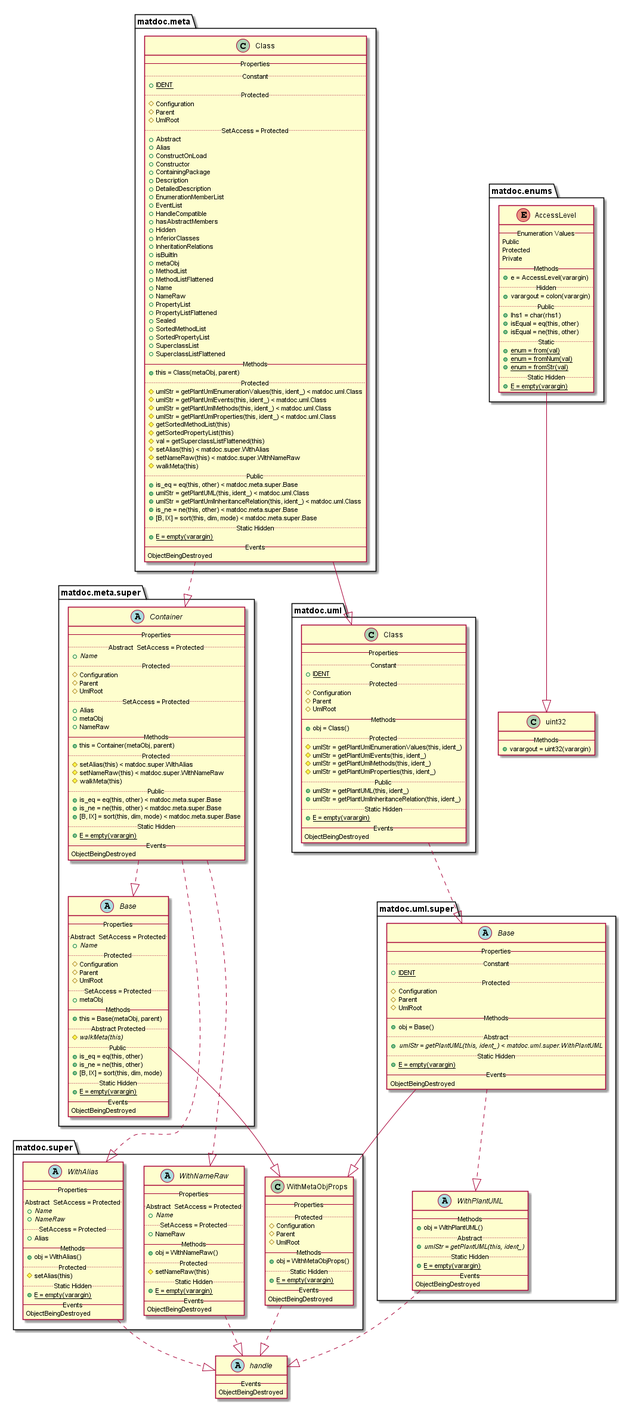
Earlier version of the PlantUML export doc/uml-examples/export-class-PropertyInheritanceHint-false.png (flxdot/matdoc).
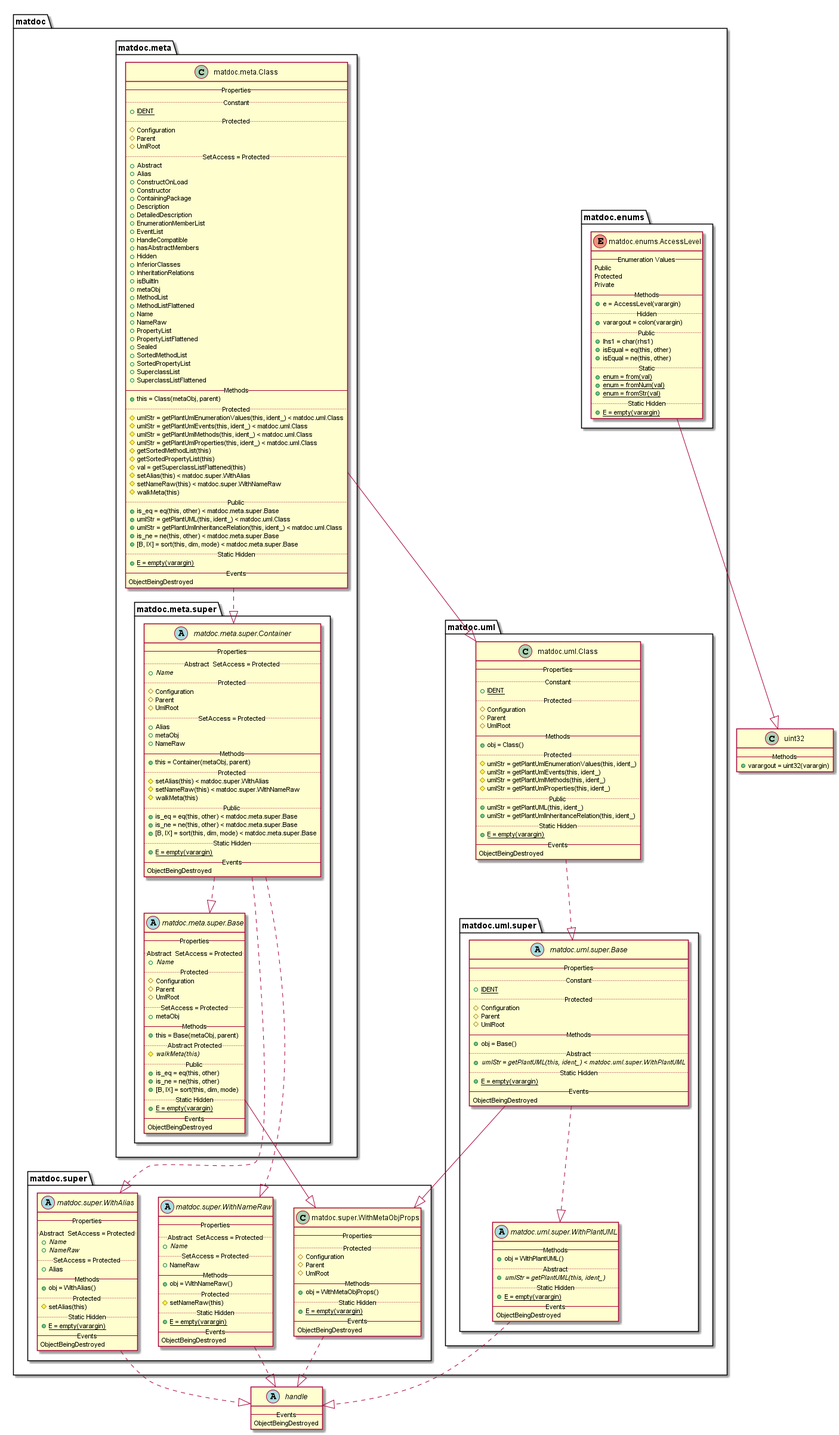
Later version of the same file.

What changed in the source:
```diff
@@ -1,240 +1,8 @@
 @startuml
 
+set namespaceSeparator none
+
 abstract class handle {
-   -- Events --
-   ObjectBeingDestroyed
-}
-
-enum matdoc.enums.AccessLevel {
-   -- Enumeration Values --
-   Public
-   Protected
-   Private
-   -- Methods --
-   {method} + e = AccessLevel(varargin)
-   .. Hidden ..
-   {method} + varargout = colon(varargin)
-   .. Public ..
-   {method} + lhs1 = char(rhs1)
-   {method} + isEqual = eq(this, other)
-   {method} + isEqual = ne(this, other)
-   .. Static ..
-   {method} {static} + enum = from(val)
-   {method} {static} + enum = fromNum(val)
-   {method} {static} + enum = fromStr(val)
-   .. Static Hidden ..
-   {method} {static} + E = empty(varargin)
-}
-
-class matdoc.meta.Class {
-   -- Properties --
-   .. Constant ..
-   {field} {static} + IDENT
-   .. Protected ..
-   {field} # Configuration
-   {field} # Parent
-   {field} # UmlRoot
-   .. SetAccess = Protected ..
-   {field} + Abstract
-   {field} + Alias
-   {field} + ConstructOnLoad
-   {field} + Constructor
-   {field} + ContainingPackage
-   {field} + Description
-   {field} + DetailedDescription
-   {field} + EnumerationMemberList
-   {field} + EventList
-   {field} + HandleCompatible
-   {field} + hasAbstractMembers
-   {field} + Hidden
-   {field} + InferiorClasses
-   {field} + InheritationRelations
-   {field} + isBuiltIn
-   {field} + metaObj
-   {field} + MethodList
-   {field} + MethodListFlattened
-   {field} + Name
-   {field} + NameRaw
-   {field} + PropertyList
-   {field} + PropertyListFlattened
-   {field} + Sealed
-   {field} + SortedMethodList
-   {field} + SortedPropertyList
-   {field} + SuperclassList
-   {field} + SuperclassListFlattened
-   -- Methods --
-   {method} + this = Class(metaObj, parent)
-   .. Protected ..
-   {method} # umlStr = getPlantUmlEnumerationValues(this, ident_) < matdoc.uml.Class
-   {method} # umlStr = getPlantUmlEvents(this, ident_) < matdoc.uml.Class
-   {method} # umlStr = getPlantUmlMethods(this, ident_) < matdoc.uml.Class
-   {method} # umlStr = getPlantUmlProperties(this, ident_) < matdoc.uml.Class
-   {method} # getSortedMethodList(this)
-   {method} # getSortedPropertyList(this)
-   {method} # val = getSuperclassListFlattened(this)
-   {method} # setAlias(this) < matdoc.super.WithAlias
-   {method} # setNameRaw(this) < matdoc.super.WithNameRaw
-   {method} # walkMeta(this)
-   .. Public ..
-   {method} + is_eq = eq(this, other) < matdoc.meta.super.Base
-   {method} + umlStr = getPlantUML(this, ident_) < matdoc.uml.Class
-   {method} + umlStr = getPlantUmlInheritanceRelation(this, ident_) < matdoc.uml.Class
-   {method} + is_ne = ne(this, other) < matdoc.meta.super.Base
-   {method} + [B, IX] = sort(this, dim, mode) < matdoc.meta.super.Base
-   .. Static Hidden ..
-   {method} {static} + E = empty(varargin)
-   -- Events --
-   ObjectBeingDestroyed
-}
-
-abstract class matdoc.meta.super.Base {
-   -- Properties --
-   .. Abstract  SetAccess = Protected ..
-   {field} {abstract} + Name
-   .. Protected ..
-   {field} # Configuration
-   {field} # Parent
-   {field} # UmlRoot
-   .. SetAccess = Protected ..
-   {field} + metaObj
-   -- Methods --
-   {method} + this = Base(metaObj, parent)
-   .. Abstract Protected ..
-   {method} {abstract} # walkMeta(this)
-   .. Public ..
-   {method} + is_eq = eq(this, other)
-   {method} + is_ne = ne(this, other)
-   {method} + [B, IX] = sort(this, dim, mode)
-   .. Static Hidden ..
-   {method} {static} + E = empty(varargin)
-   -- Events --
-   ObjectBeingDestroyed
-}
-
-abstract class matdoc.meta.super.Container {
-   -- Properties --
-   .. Abstract  SetAccess = Protected ..
-   {field} {abstract} + Name
-   .. Protected ..
-   {field} # Configuration
-   {field} # Parent
-   {field} # UmlRoot
-   .. SetAccess = Protected ..
-   {field} + Alias
-   {field} + metaObj
-   {field} + NameRaw
-   -- Methods --
-   {method} + this = Container(metaObj, parent)
-   .. Protected ..
-   {method} # setAlias(this) < matdoc.super.WithAlias
-   {method} # setNameRaw(this) < matdoc.super.WithNameRaw
-   {method} # walkMeta(this)
-   .. Public ..
-   {method} + is_eq = eq(this, other) < matdoc.meta.super.Base
-   {method} + is_ne = ne(this, other) < matdoc.meta.super.Base
-   {method} + [B, IX] = sort(this, dim, mode) < matdoc.meta.super.Base
-   .. Static Hidden ..
-   {method} {static} + E = empty(varargin)
-   -- Events --
-   ObjectBeingDestroyed
-}
-
-abstract class matdoc.super.WithAlias {
-   -- Properties --
-   .. Abstract  SetAccess = Protected ..
-   {field} {abstract} + Name
-   {field} {abstract} + NameRaw
-   .. SetAccess = Protected ..
-   {field} + Alias
-   -- Methods --
-   {method} + obj = WithAlias()
-   .. Protected ..
-   {method} # setAlias(this)
-   .. Static Hidden ..
-   {method} {static} + E = empty(varargin)
-   -- Events --
-   ObjectBeingDestroyed
-}
-
-class matdoc.super.WithMetaObjProps {
-   -- Properties --
-   .. Protected ..
-   {field} # Configuration
-   {field} # Parent
-   {field} # UmlRoot
-   -- Methods --
-   {method} + obj = WithMetaObjProps()
-   .. Static Hidden ..
-   {method} {static} + E = empty(varargin)
-   -- Events --
-   ObjectBeingDestroyed
-}
-
-abstract class matdoc.super.WithNameRaw {
-   -- Properties --
-   .. Abstract  SetAccess = Protected ..
-   {field} {abstract} + Name
-   .. SetAccess = Protected ..
-   {field} + NameRaw
-   -- Methods --
-   {method} + obj = WithNameRaw()
-   .. Protected ..
-   {method} # setNameRaw(this)
-   .. Static Hidden ..
-   {method} {static} + E = empty(varargin)
-   -- Events --
-   ObjectBeingDestroyed
-}
-
-class matdoc.uml.Class {
-   -- Properties --
-   .. Constant ..
-   {field} {static} + IDENT
-   .. Protected ..
-   {field} # Configuration
-   {field} # Parent
-   {field} # UmlRoot
-   -- Methods --
-   {method} + obj = Class()
-   .. Protected ..
-   {method} # umlStr = getPlantUmlEnumerationValues(this, ident_)
-   {method} # umlStr = getPlantUmlEvents(this, ident_)
-   {method} # umlStr = getPlantUmlMethods(this, ident_)
-   {method} # umlStr = getPlantUmlProperties(this, ident_)
-   .. Public ..
-   {method} + umlStr = getPlantUML(this, ident_)
-   {method} + umlStr = getPlantUmlInheritanceRelation(this, ident_)
-   .. Static Hidden ..
-   {method} {static} + E = empty(varargin)
-   -- Events --
-   ObjectBeingDestroyed
-}
-
-abstract class matdoc.uml.super.Base {
-   -- Properties --
-   .. Constant ..
-   {field} {static} + IDENT
-   .. Protected ..
-   {field} # Configuration
-   {field} # Parent
-   {field} # UmlRoot
-   -- Methods --
-   {method} + obj = Base()
-   .. Abstract ..
-   {method} {abstract} + umlStr = getPlantUML(this, ident_) < matdoc.uml.super.WithPlantUML
-   .. Static Hidden ..
-   {method} {static} + E = empty(varargin)
-   -- Events --
-   ObjectBeingDestroyed
-}
-
-abstract class matdoc.uml.super.WithPlantUML {
-   -- Methods --
-   {method} + obj = WithPlantUML()
-   .. Abstract ..
-   {method} {abstract} + umlStr = getPlantUML(this, ident_)
-   .. Static Hidden ..
-   {method} {static} + E = empty(varargin)
    -- Events --
    ObjectBeingDestroyed
 }
@@ -242,6 +10,268 @@
 class uint32 {
    -- Methods --
    {method} + varargout = uint32(varargin)
+}
+
+package matdoc {
+
+   package matdoc.enums {
+
+      enum matdoc.enums.AccessLevel {
+         -- Enumeration Values --
+         Public
+         Protected
+         Private
+         -- Methods --
+         {method} + e = AccessLevel(varargin)
+         .. Hidden ..
+         {method} + varargout = colon(varargin)
+         .. Public ..
+         {method} + lhs1 = char(rhs1)
+         {method} + isEqual = eq(this, other)
+         {method} + isEqual = ne(this, other)
+         .. Static ..
+         {method} {static} + enum = from(val)
+         {method} {static} + enum = fromNum(val)
+         {method} {static} + enum = fromStr(val)
+         .. Static Hidden ..
+         {method} {static} + E = empty(varargin)
+      }
+
+   }
+
+   package matdoc.meta {
+
+      class matdoc.meta.Class {
+         -- Properties --
+         .. Constant ..
+         {field} {static} + IDENT
+         .. Protected ..
+         {field} # Configuration
+         {field} # Parent
+         {field} # UmlRoot
+         .. SetAccess = Protected ..
+         {field} + Abstract
+         {field} + Alias
+         {field} + ConstructOnLoad
+         {field} + Constructor
+         {field} + ContainingPackage
+         {field} + Description
+         {field} + DetailedDescription
+         {field} + EnumerationMemberList
+         {field} + EventList
+         {field} + HandleCompatible
+         {field} + hasAbstractMembers
+         {field} + Hidden
+         {field} + InferiorClasses
+         {field} + InheritationRelations
+         {field} + isBuiltIn
+         {field} + metaObj
+         {field} + MethodList
+         {field} + MethodListFlattened
+         {field} + Name
+         {field} + NameRaw
+         {field} + PropertyList
+         {field} + PropertyListFlattened
+         {field} + Sealed
+         {field} + SortedMethodList
+         {field} + SortedPropertyList
+         {field} + SuperclassList
+         {field} + SuperclassListFlattened
+         -- Methods --
+         {method} + this = Class(metaObj, parent)
+         .. Protected ..
+         {method} # umlStr = getPlantUmlEnumerationValues(this, ident_) < matdoc.uml.Class
+         {method} # umlStr = getPlantUmlEvents(this, ident_) < matdoc.uml.Class
+         {method} # umlStr = getPlantUmlMethods(this, ident_) < matdoc.uml.Class
+         {method} # umlStr = getPlantUmlProperties(this, ident_) < matdoc.uml.Class
+         {method} # getSortedMethodList(this)
+         {method} # getSortedPropertyList(this)
+         {method} # val = getSuperclassListFlattened(this)
+         {method} # setAlias(this) < matdoc.super.WithAlias
+         {method} # setNameRaw(this) < matdoc.super.WithNameRaw
+         {method} # walkMeta(this)
+         .. Public ..
+         {method} + is_eq = eq(this, other) < matdoc.meta.super.Base
+         {method} + umlStr = getPlantUML(this, ident_) < matdoc.uml.Class
+         {method} + umlStr = getPlantUmlInheritanceRelation(this, ident_) < matdoc.uml.Class
+         {method} + is_ne = ne(this, other) < matdoc.meta.super.Base
+         {method} + [B, IX] = sort(this, dim, mode) < matdoc.meta.super.Base
+         .. Static Hidden ..
+         {method} {static} + E = empty(varargin)
+         -- Events --
+         ObjectBeingDestroyed
+      }
+
+      package matdoc.meta.super {
+
+         abstract class matdoc.meta.super.Base {
+            -- Properties --
+            .. Abstract  SetAccess = Protected ..
+            {field} {abstract} + Name
+            .. Protected ..
+            {field} # Configuration
+            {field} # Parent
+            {field} # UmlRoot
+            .. SetAccess = Protected ..
+            {field} + metaObj
+            -- Methods --
+            {method} + this = Base(metaObj, parent)
+            .. Abstract Protected ..
+            {method} {abstract} # walkMeta(this)
+            .. Public ..
+            {method} + is_eq = eq(this, other)
+            {method} + is_ne = ne(this, other)
+            {method} + [B, IX] = sort(this, dim, mode)
+            .. Static Hidden ..
+            {method} {static} + E = empty(varargin)
+            -- Events --
+            ObjectBeingDestroyed
+         }
+
+         abstract class matdoc.meta.super.Container {
+            -- Properties --
+            .. Abstract  SetAccess = Protected ..
+            {field} {abstract} + Name
+            .. Protected ..
+            {field} # Configuration
+            {field} # Parent
+            {field} # UmlRoot
+            .. SetAccess = Protected ..
+            {field} + Alias
+            {field} + metaObj
+            {field} + NameRaw
+            -- Methods --
+            {method} + this = Container(metaObj, parent)
+            .. Protected ..
+            {method} # setAlias(this) < matdoc.super.WithAlias
+            {method} # setNameRaw(this) < matdoc.super.WithNameRaw
+            {method} # walkMeta(this)
+            .. Public ..
+            {method} + is_eq = eq(this, other) < matdoc.meta.super.Base
+            {method} + is_ne = ne(this, other) < matdoc.meta.super.Base
+            {method} + [B, IX] = sort(this, dim, mode) < matdoc.meta.super.Base
+            .. Static Hidden ..
+            {method} {static} + E = empty(varargin)
+            -- Events --
+            ObjectBeingDestroyed
+         }
+
+      }
+
+   }
+
+   package matdoc.super {
+
+      abstract class matdoc.super.WithAlias {
+         -- Properties --
+         .. Abstract  SetAccess = Protected ..
+         {field} {abstract} + Name
+         {field} {abstract} + NameRaw
+         .. SetAccess = Protected ..
+         {field} + Alias
+         -- Methods --
+         {method} + obj = WithAlias()
+         .. Protected ..
+         {method} # setAlias(this)
+         .. Static Hidden ..
+         {method} {static} + E = empty(varargin)
+         -- Events --
+         ObjectBeingDestroyed
+      }
+
+      class matdoc.super.WithMetaObjProps {
+         -- Properties --
+         .. Protected ..
+         {field} # Configuration
+         {field} # Parent
+         {field} # UmlRoot
+         -- Methods --
+         {method} + obj = WithMetaObjProps()
+         .. Static Hidden ..
+         {method} {static} + E = empty(varargin)
+         -- Events --
+         ObjectBeingDestroyed
+      }
+
+      abstract class matdoc.super.WithNameRaw {
+         -- Properties --
+         .. Abstract  SetAccess = Protected ..
+         {field} {abstract} + Name
+         .. SetAccess = Protected ..
+         {field} + NameRaw
+         -- Methods --
+         {method} + obj = WithNameRaw()
+         .. Protected ..
+         {method} # setNameRaw(this)
+         .. Static Hidden ..
+         {method} {static} + E = empty(varargin)
+         -- Events --
+         ObjectBeingDestroyed
+      }
+
+   }
+
+   package matdoc.uml {
+
+      class matdoc.uml.Class {
+         -- Properties --
+         .. Constant ..
+         {field} {static} + IDENT
+         .. Protected ..
+         {field} # Configuration
+         {field} # Parent
+         {field} # UmlRoot
+         -- Methods --
+         {method} + obj = Class()
+         .. Protected ..
+         {method} # umlStr = getPlantUmlEnumerationValues(this, ident_)
+         {method} # umlStr = getPlantUmlEvents(this, ident_)
+         {method} # umlStr = getPlantUmlMethods(this, ident_)
+         {method} # umlStr = getPlantUmlProperties(this, ident_)
+         .. Public ..
+         {method} + umlStr = getPlantUML(this, ident_)
+         {method} + umlStr = getPlantUmlInheritanceRelation(this, ident_)
+         .. Static Hidden ..
+         {method} {static} + E = empty(varargin)
+         -- Events --
+         ObjectBeingDestroyed
+      }
+
+      package matdoc.uml.super {
+
+         abstract class matdoc.uml.super.Base {
+            -- Properties --
+            .. Constant ..
+            {field} {static} + IDENT
+            .. Protected ..
+            {field} # Configuration
+            {field} # Parent
+            {field} # UmlRoot
+            -- Methods --
+            {method} + obj = Base()
+            .. Abstract ..
+            {method} {abstract} + umlStr = getPlantUML(this, ident_) < matdoc.uml.super.WithPlantUML
+            .. Static Hidden ..
+            {method} {static} + E = empty(varargin)
+            -- Events --
+            ObjectBeingDestroyed
+         }
+
+         abstract class matdoc.uml.super.WithPlantUML {
+            -- Methods --
+            {method} + obj = WithPlantUML()
+            .. Abstract ..
+            {method} {abstract} + umlStr = getPlantUML(this, ident_)
+            .. Static Hidden ..
+            {method} {static} + E = empty(varargin)
+            -- Events --
+            ObjectBeingDestroyed
+         }
+
+      }
+
+   }
+
 }
 
 
@@ -260,5 +290,4 @@
 matdoc.uml.super.Base ..|> matdoc.uml.super.WithPlantUML
 matdoc.uml.super.WithPlantUML ..|> handle
 
-
 @enduml
```
